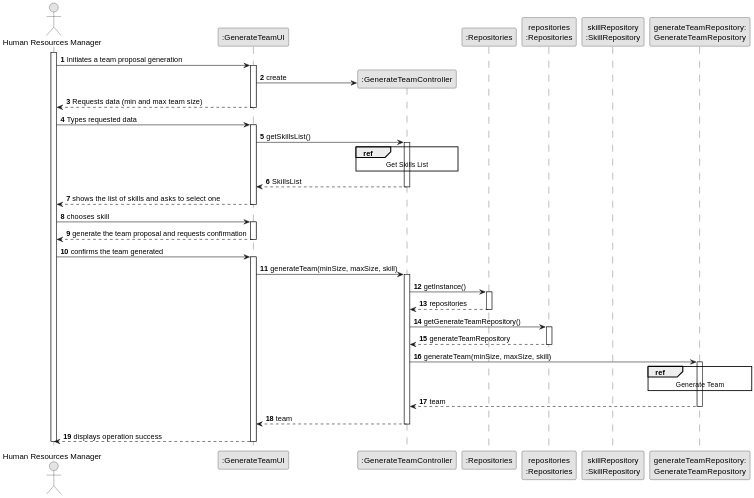
Before: docs/sprintA&B/us005/03.design/svg/us005-sequence-diagram-split.svg, a diagram exported from PlantUML (daniel41silva05/ISEP_2023_2024_LAPR2).
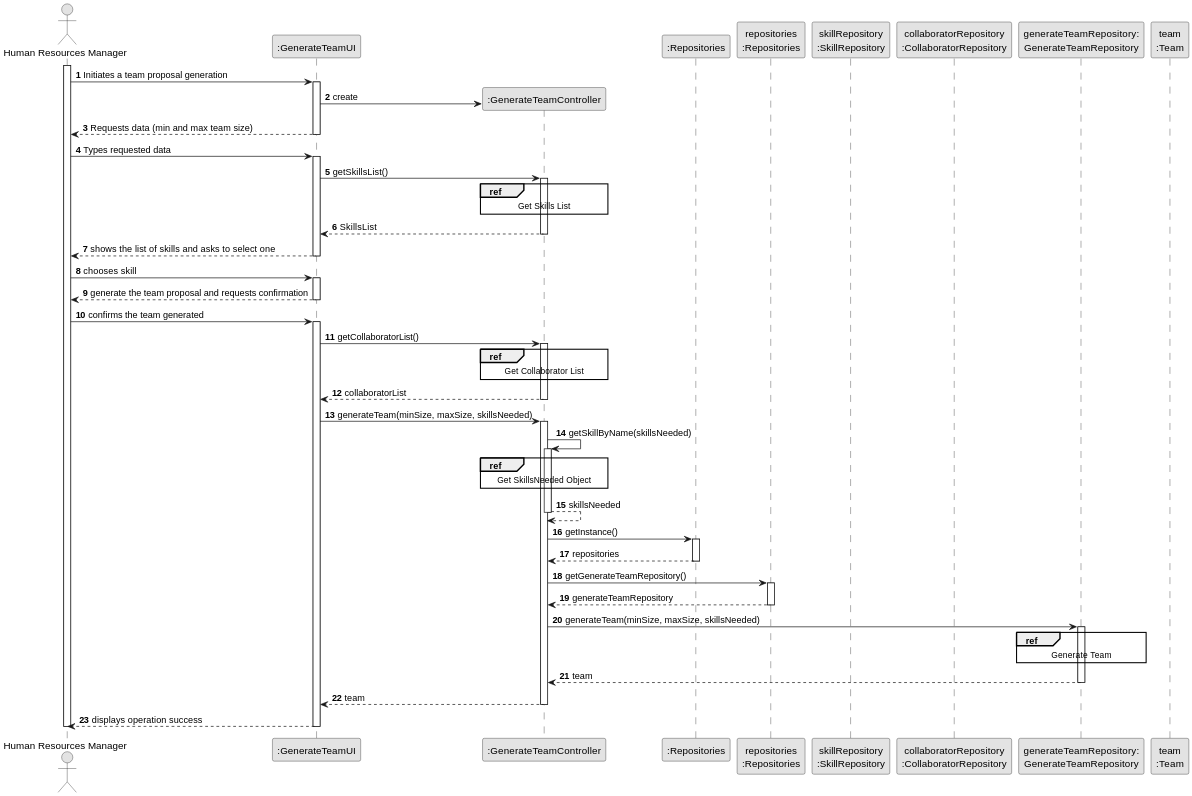
After the change.

Change to the diagram source:
```diff
@@ -11,7 +11,9 @@
 participant ":Repositories" as REP
 participant "repositories\n:Repositories" as REPS
 participant "skillRepository\n:SkillRepository" as SREP
+participant "collaboratorRepository\n:CollaboratorRepository" as CREP
 participant "generateTeamRepository:\nGenerateTeamRepository" as GTREP
+participant "team\n:Team" as T
 
 
 activate HRM
@@ -30,9 +32,9 @@
         UI -> CTRL : getSkillsList()
         activate CTRL
 
-            ref over CTRL
-                    Get Skills List
-            end ref
+           ref over CTRL
+                Get Skills List
+           end ref
 
         CTRL --> UI : SkillsList
         deactivate CTRL
@@ -49,8 +51,29 @@
     HRM -> UI : confirms the team generated
     activate UI
 
-        UI -> CTRL: generateTeam(minSize, maxSize, skill)
+         UI -> CTRL : getCollaboratorList()
+                activate CTRL
+
+                    ref over CTRL
+                            Get Collaborator List
+                    end ref
+
+         CTRL --> UI : collaboratorList
+                    deactivate CTRL
+
+        UI -> CTRL: generateTeam(minSize, maxSize, skillsNeeded)
         activate CTRL
+
+            CTRL -> CTRL: getSkillByName(skillsNeeded)
+                        activate CTRL
+
+                        ref over CTRL
+                                Get SkillsNeeded Object
+                        end ref
+
+            CTRL --> CTRL : skillsNeeded
+
+                        deactivate CTRL
 
             CTRL -> REP: getInstance()
             activate REP
@@ -64,11 +87,11 @@
             REPS --> CTRL: generateTeamRepository
             deactivate REPS
 
-            CTRL -> GTREP: generateTeam(minSize, maxSize, skill)
+            CTRL -> GTREP: generateTeam(minSize, maxSize, skillsNeeded)
             activate GTREP
 
                 ref over GTREP
-                    Generate Team
+                        Generate Team
                 end ref
 
             GTREP --> CTRL: team
```
